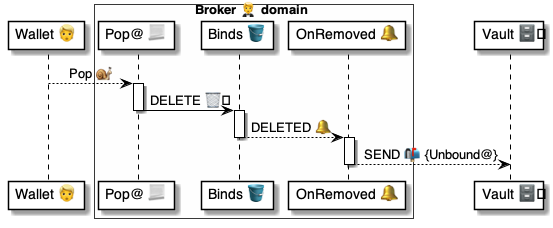
Before: 4 ⚙️ Solution/20 🧑‍🦰 UI/Brokers 🤵/🤵🪣 Broker tables/Chats 💬 table/🪣🔔 6 Abandoned/🤵 OnChatAbandoned ⚙️ uml.png, a diagram exported from PlantUML (pollyweb-org/pollyweb-docs). Its source is kept beside it as 4 ⚙️ Solution/20 🧑‍🦰 UI/Brokers 🤵/🤵🪣 Broker tables/Chats 💬 table/🪣🔔 6 Abandoned/🤵 OnChatAbandoned ⚙️ uml.puml. The source it was exported from:
```plantuml
@startuml OnChatRemoved

participant "Wallet 👱" as wallet

box Broker 🤵 domain #FFFFFA
    participant "Pop@ 📃" as script
    participant "Binds 🪣" as binds
    participant "OnRemoved 🔔" as handler
end box

participant "Vault 🗄️" as vault

wallet --> script: Pop 🐌

activate script
    script -> binds: DELETE 🗑️
deactivate script

activate binds
    binds --> handler: DELETED 🔔
deactivate binds

activate handler
    handler --> vault: SEND 📬 {Unbound@}
deactivate handler


@enduml
```
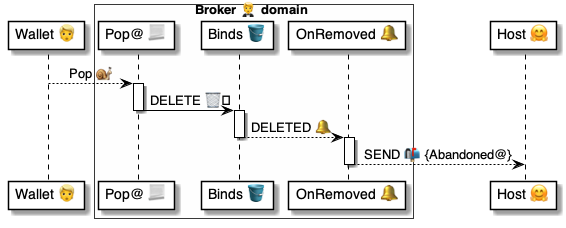
After the commit.

The edit, as a diff of the source:
```diff
@@ -8,7 +8,7 @@
     participant "OnRemoved 🔔" as handler
 end box
 
-participant "Vault 🗄️" as vault
+participant "Host 🤗" as host
 
 wallet --> script: Pop 🐌
 
@@ -21,7 +21,7 @@
 deactivate binds
 
 activate handler
-    handler --> vault: SEND 📬 {Unbound@}
+    handler --> host: SEND 📬 {Abandoned@}
 deactivate handler
 
 
```
